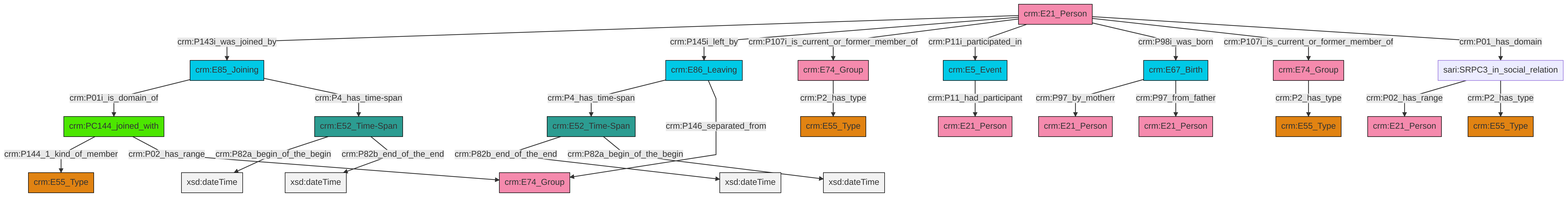
Before: et/personCSV/ttl/mmd/png/Person_Actor_Relations.png, a diagram exported from Mermaid (swiss-art-research-net/docs.swissartresearch). Its source is kept beside it as et/personCSV/ttl/mmd/Person_Actor_Relations.ttl.mmd.
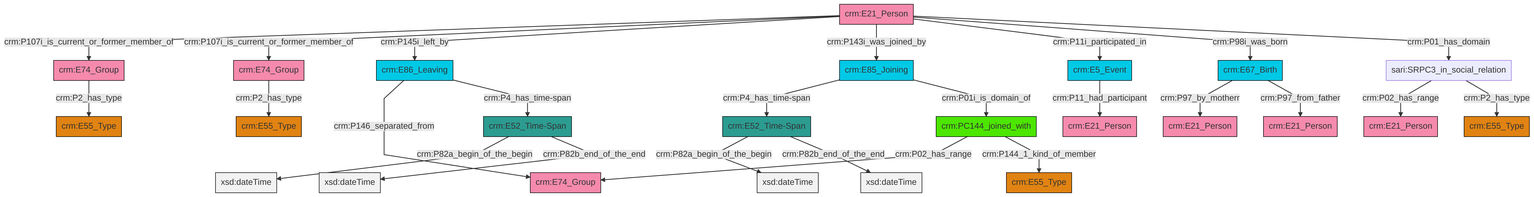
After the commit.

What changed in the source:
```diff
@@ -13,27 +13,27 @@
 classDef PC_Classes fill:#4ce600, stroke:#000000;
 classDef Multi fill:#cccccc,stroke:#000000;
 
-4["crm:E67_Birth"]:::Temporal_Entity -->|crm:P97_by_motherr| 6["crm:E21_Person"]:::Actor
-7["sari:SRPC3_in_social_relation"]:::Default -->|crm:P02_has_range| 8["crm:E21_Person"]:::Actor
-11["crm:E74_Group"]:::Actor -->|crm:P2_has_type| 0["crm:E55_Type"]:::Type
-13["crm:E21_Person"]:::Actor -->|crm:P143i_was_joined_by| 14["crm:E85_Joining"]:::Temporal_Entity
-13["crm:E21_Person"]:::Actor -->|crm:P145i_left_by| 15["crm:E86_Leaving"]:::Temporal_Entity
-7["sari:SRPC3_in_social_relation"]:::Default -->|crm:P2_has_type| 9["crm:E55_Type"]:::Type
-2["crm:E52_Time-Span"]:::Time-Span -->|crm:P82a_begin_of_the_begin| 16[xsd:dateTime]:::Literal
-18["crm:PC144_joined_with"]:::PC_Classes -->|crm:P144_1_kind_of_member| 19["crm:E55_Type"]:::Type
-24["crm:E52_Time-Span"]:::Time-Span -->|crm:P82b_end_of_the_end| 25[xsd:dateTime]:::Literal
-4["crm:E67_Birth"]:::Temporal_Entity -->|crm:P97_from_father| 28["crm:E21_Person"]:::Actor
-26["crm:E74_Group"]:::Actor -->|crm:P2_has_type| 20["crm:E55_Type"]:::Type
-13["crm:E21_Person"]:::Actor -->|crm:P107i_is_current_or_former_member_of| 26["crm:E74_Group"]:::Actor
-18["crm:PC144_joined_with"]:::PC_Classes -->|crm:P02_has_range| 36["crm:E74_Group"]:::Actor
-13["crm:E21_Person"]:::Actor -->|crm:P11i_participated_in| 34["crm:E5_Event"]:::Temporal_Entity
-14["crm:E85_Joining"]:::Temporal_Entity -->|crm:P01i_is_domain_of| 18["crm:PC144_joined_with"]:::PC_Classes
-24["crm:E52_Time-Span"]:::Time-Span -->|crm:P82a_begin_of_the_begin| 39[xsd:dateTime]:::Literal
-13["crm:E21_Person"]:::Actor -->|crm:P98i_was_born| 4["crm:E67_Birth"]:::Temporal_Entity
-2["crm:E52_Time-Span"]:::Time-Span -->|crm:P82b_end_of_the_end| 40[xsd:dateTime]:::Literal
-15["crm:E86_Leaving"]:::Temporal_Entity -->|crm:P4_has_time-span| 24["crm:E52_Time-Span"]:::Time-Span
-13["crm:E21_Person"]:::Actor -->|crm:P107i_is_current_or_former_member_of| 11["crm:E74_Group"]:::Actor
-13["crm:E21_Person"]:::Actor -->|crm:P01_has_domain| 7["sari:SRPC3_in_social_relation"]:::Default
-14["crm:E85_Joining"]:::Temporal_Entity -->|crm:P4_has_time-span| 2["crm:E52_Time-Span"]:::Time-Span
-34["crm:E5_Event"]:::Temporal_Entity -->|crm:P11_had_participant| 29["crm:E21_Person"]:::Actor
-15["crm:E86_Leaving"]:::Temporal_Entity -->|crm:P146_separated_from| 36["crm:E74_Group"]:::Actor
+2["crm:E52_Time-Span"]:::Time-Span -->|crm:P82a_begin_of_the_begin| 3[xsd:dateTime]:::Literal
+6["crm:E21_Person"]:::Actor -->|crm:P107i_is_current_or_former_member_of| 0["crm:E74_Group"]:::Actor
+4["crm:E52_Time-Span"]:::Time-Span -->|crm:P82a_begin_of_the_begin| 7[xsd:dateTime]:::Literal
+2["crm:E52_Time-Span"]:::Time-Span -->|crm:P82b_end_of_the_end| 8[xsd:dateTime]:::Literal
+6["crm:E21_Person"]:::Actor -->|crm:P107i_is_current_or_former_member_of| 9["crm:E74_Group"]:::Actor
+12["sari:SRPC3_in_social_relation"]:::Default -->|crm:P02_has_range| 10["crm:E21_Person"]:::Actor
+13["crm:E67_Birth"]:::Temporal_Entity -->|crm:P97_by_motherr| 14["crm:E21_Person"]:::Actor
+6["crm:E21_Person"]:::Actor -->|crm:P145i_left_by| 15["crm:E86_Leaving"]:::Temporal_Entity
+13["crm:E67_Birth"]:::Temporal_Entity -->|crm:P97_from_father| 16["crm:E21_Person"]:::Actor
+19["crm:PC144_joined_with"]:::PC_Classes -->|crm:P02_has_range| 20["crm:E74_Group"]:::Actor
+6["crm:E21_Person"]:::Actor -->|crm:P143i_was_joined_by| 22["crm:E85_Joining"]:::Temporal_Entity
+19["crm:PC144_joined_with"]:::PC_Classes -->|crm:P144_1_kind_of_member| 26["crm:E55_Type"]:::Type
+15["crm:E86_Leaving"]:::Temporal_Entity -->|crm:P146_separated_from| 20["crm:E74_Group"]:::Actor
+32["crm:E5_Event"]:::Temporal_Entity -->|crm:P11_had_participant| 23["crm:E21_Person"]:::Actor
+6["crm:E21_Person"]:::Actor -->|crm:P11i_participated_in| 32["crm:E5_Event"]:::Temporal_Entity
+0["crm:E74_Group"]:::Actor -->|crm:P2_has_type| 28["crm:E55_Type"]:::Type
+6["crm:E21_Person"]:::Actor -->|crm:P98i_was_born| 13["crm:E67_Birth"]:::Temporal_Entity
+22["crm:E85_Joining"]:::Temporal_Entity -->|crm:P4_has_time-span| 4["crm:E52_Time-Span"]:::Time-Span
+9["crm:E74_Group"]:::Actor -->|crm:P2_has_type| 17["crm:E55_Type"]:::Type
+15["crm:E86_Leaving"]:::Temporal_Entity -->|crm:P4_has_time-span| 2["crm:E52_Time-Span"]:::Time-Span
+12["sari:SRPC3_in_social_relation"]:::Default -->|crm:P2_has_type| 37["crm:E55_Type"]:::Type
+6["crm:E21_Person"]:::Actor -->|crm:P01_has_domain| 12["sari:SRPC3_in_social_relation"]:::Default
+22["crm:E85_Joining"]:::Temporal_Entity -->|crm:P01i_is_domain_of| 19["crm:PC144_joined_with"]:::PC_Classes
+4["crm:E52_Time-Span"]:::Time-Span -->|crm:P82b_end_of_the_end| 46[xsd:dateTime]:::Literal
```
